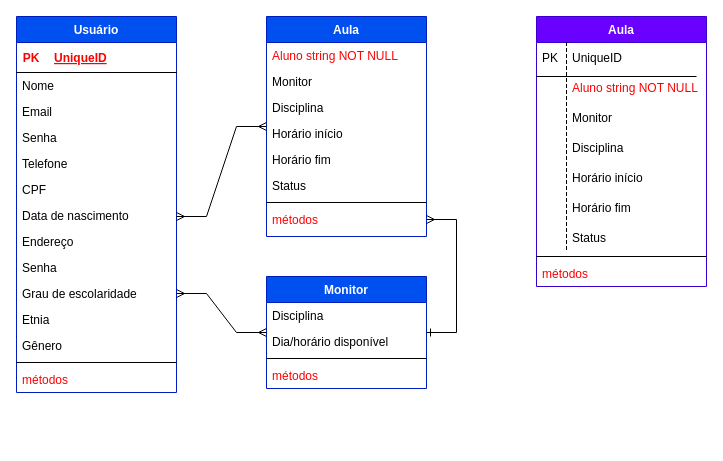
Earlier version of the draw.io diagram SquadAzulBD.drawio (lets-code-837-squad-azul/testes-automatizados). Source tidied: cells renumbered, new cells numbered last; positions are measured from the earlier drawing's top-left corner, leaving out a move shared by most shapes. Both pictures are drawn from the tidied source at 100%, with x=0, y=0 at pixel (16, 16).
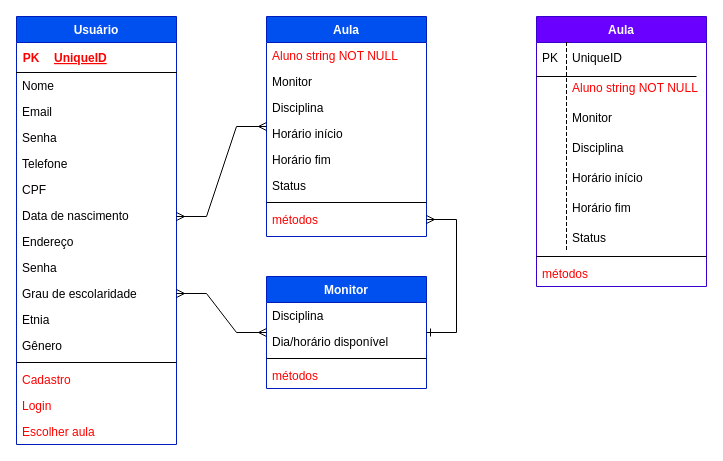
Above is the later version.

The edit, as a diff of the source:
```diff
@@
     <mxCell id="2" value="Usuário" style="swimlane;fontStyle=1;align=center;verticalAlign=top;horizontal=1;startSize=26;rounded=0;shadow=0;strokeWidth=1;fillColor=#0050ef;strokeColor=#001DBC;fontColor=#ffffff;" parent="1" vertex="1">
-      <mxGeometry width="160" height="376" as="geometry" />
+      <mxGeometry width="160" height="428" as="geometry" />
     </mxCell>
@@
+    <mxCell id="55" value="Cadastro" style="text;align=left;verticalAlign=top;spacingLeft=4;spacingRight=4;overflow=hidden;fontColor=#FF0000;" parent="2" vertex="1">
+      <mxGeometry y="350" width="160" height="26" as="geometry" />
+    </mxCell>
+    <mxCell id="56" value="Login" style="text;align=left;verticalAlign=top;spacingLeft=4;spacingRight=4;overflow=hidden;fontColor=#FF0000;" parent="2" vertex="1">
+      <mxGeometry y="376" width="160" height="26" as="geometry" />
+    </mxCell>
-    <mxCell id="19" value="métodos" style="text;align=left;verticalAlign=top;spacingLeft=4;spacingRight=4;overflow=hidden;fontColor=#FF0000;" parent="2" vertex="1">
-      <mxGeometry y="350" width="160" height="26" as="geometry" />
+    <mxCell id="19" value="Escolher aula" style="text;align=left;verticalAlign=top;spacingLeft=4;spacingRight=4;overflow=hidden;fontColor=#FF0000;" parent="2" vertex="1">
+      <mxGeometry y="402" width="160" height="26" as="geometry" />
     </mxCell>
```
